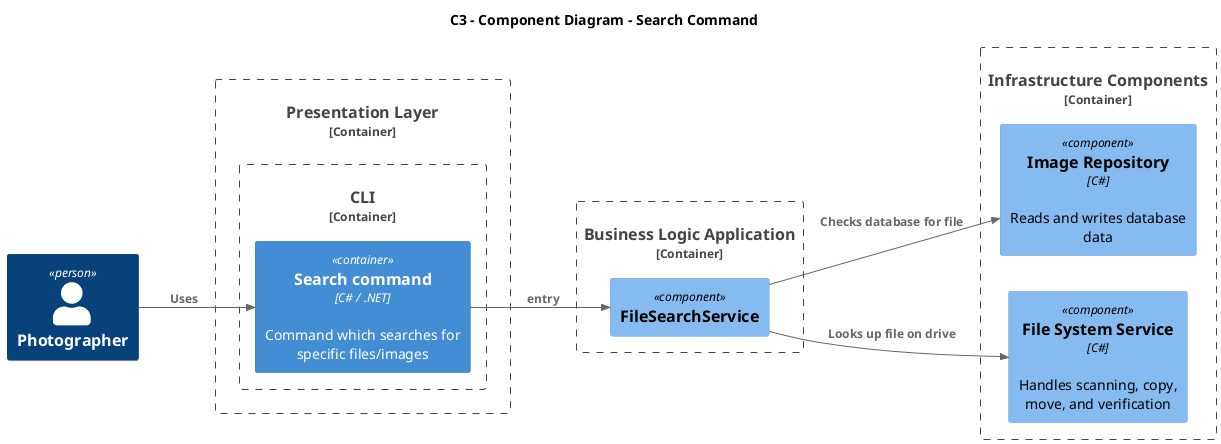
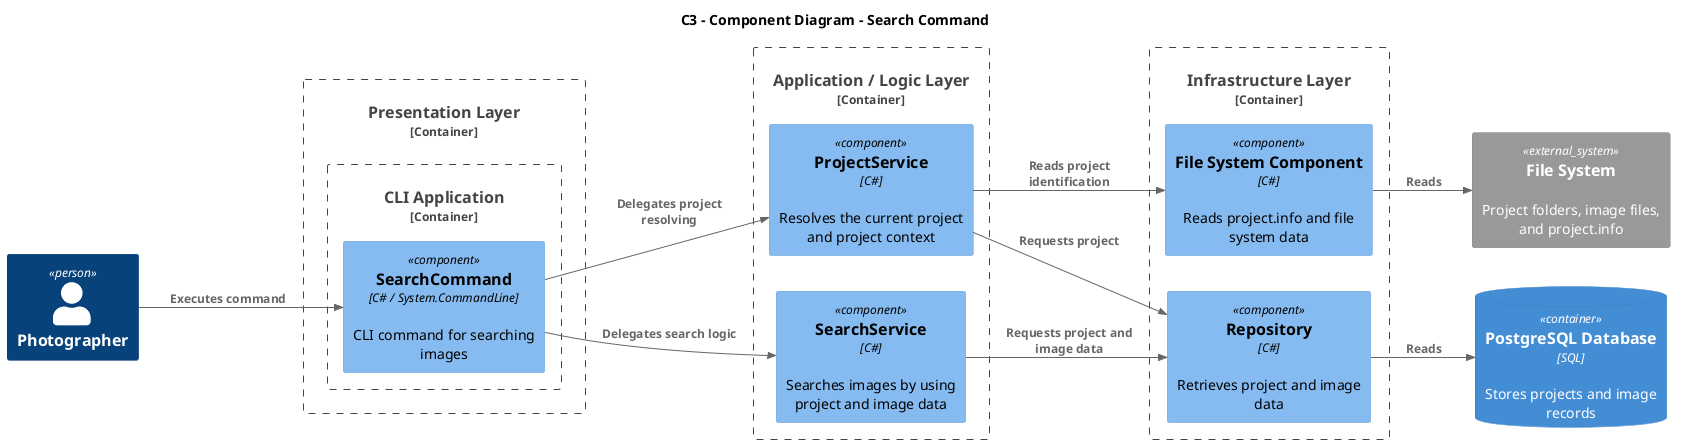
- ﻿@startuml C3_BusinessLogic
+ ﻿@startuml C3_SearchCommand
!include <C4/C4_Component>

title C3 - Component Diagram - Search Command

LAYOUT_LEFT_RIGHT()

Person(user, "Photographer")

Container_Boundary(presentation, "Presentation Layer") {
-     Container_Boundary(CLI, "CLI") {
-         Container(search, "Search command", "C# / .NET", "Command which searches for specific files/images")
+     Container_Boundary(cli, "CLI Application") {
+         Component(searchCommand, "SearchCommand", "C# / System.CommandLine", "CLI command for searching images")
    }
}

- Container_Boundary(business, "Business Logic Application") {
-     Component(fileSystemService, "FileSearchService", "", "")
+ Container_Boundary(application, "Application / Logic Layer") {
+     Component(projectService, "ProjectService", "C#", "Resolves the current project and project context")
+     Component(searchService, "SearchService", "C#", "Searches images by using project and image data")
}

- Container_Boundary(infra, "Infrastructure Components") {
-     Component(repository, "Image Repository", "C#", "Reads and writes database data")
-     Component(fs, "File System Service", "C#", "Handles scanning, copy, move, and verification")
+ Container_Boundary(infra, "Infrastructure Layer") {
+     Component(repository, "Repository", "C#", "Retrieves project and image data")
+     Component(fileSystem, "File System Component", "C#", "Reads project.info and file system data")
}

+ ContainerDb(database, "PostgreSQL Database", "SQL", "Stores projects and image records")
+ System_Ext(fs, "File System", "Project folders, image files, and project.info")

- Rel(user, search, "Uses")
+ Rel(user, searchCommand, "Executes command")

- Rel(search, fileSystemService, "entry")
+ Rel(searchCommand, projectService, "Delegates project resolving")
+ Rel(searchCommand, searchService, "Delegates search logic")

- Rel(fileSystemService, fs, "Looks up file on drive")
- Rel(fileSystemService, repository, "Checks database for file")
+ Rel(projectService, fileSystem, "Reads project identification")
+ Rel(projectService, repository, "Requests project")

- @enduml
+ Rel(searchService, repository, "Requests project and image data")

+ Rel(repository, database, "Reads")
+ Rel(fileSystem, fs, "Reads")
+ 
+ @enduml